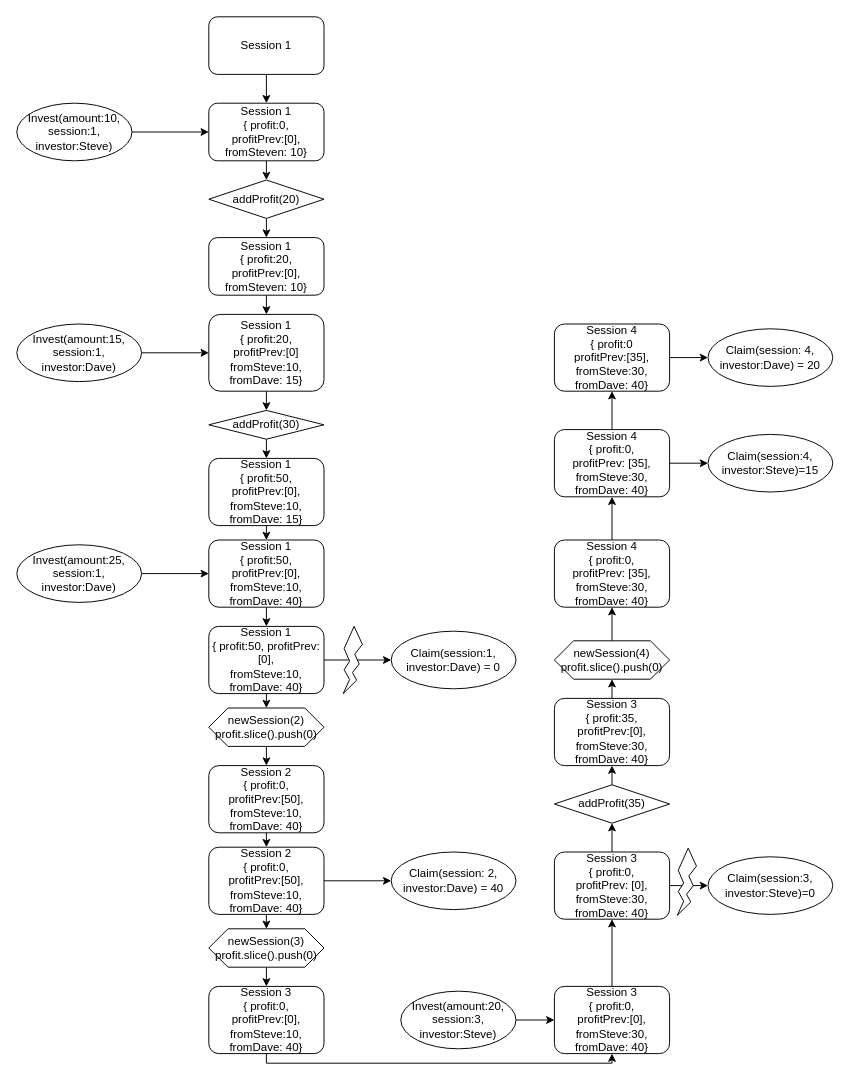
Above: page "Test_MaxClaimableSession=1" (2 of 3) of Example1.drawio in ChihHaoChen/thundercoreProfit (draw.io), before the change. Source tidied: cells renumbered, new cells numbered last; positions are measured from the earlier drawing's top-left corner, leaving out a move shared by most shapes. Both pictures are drawn from the tidied source at 96%, with x=0, y=0 at pixel (16, 16).
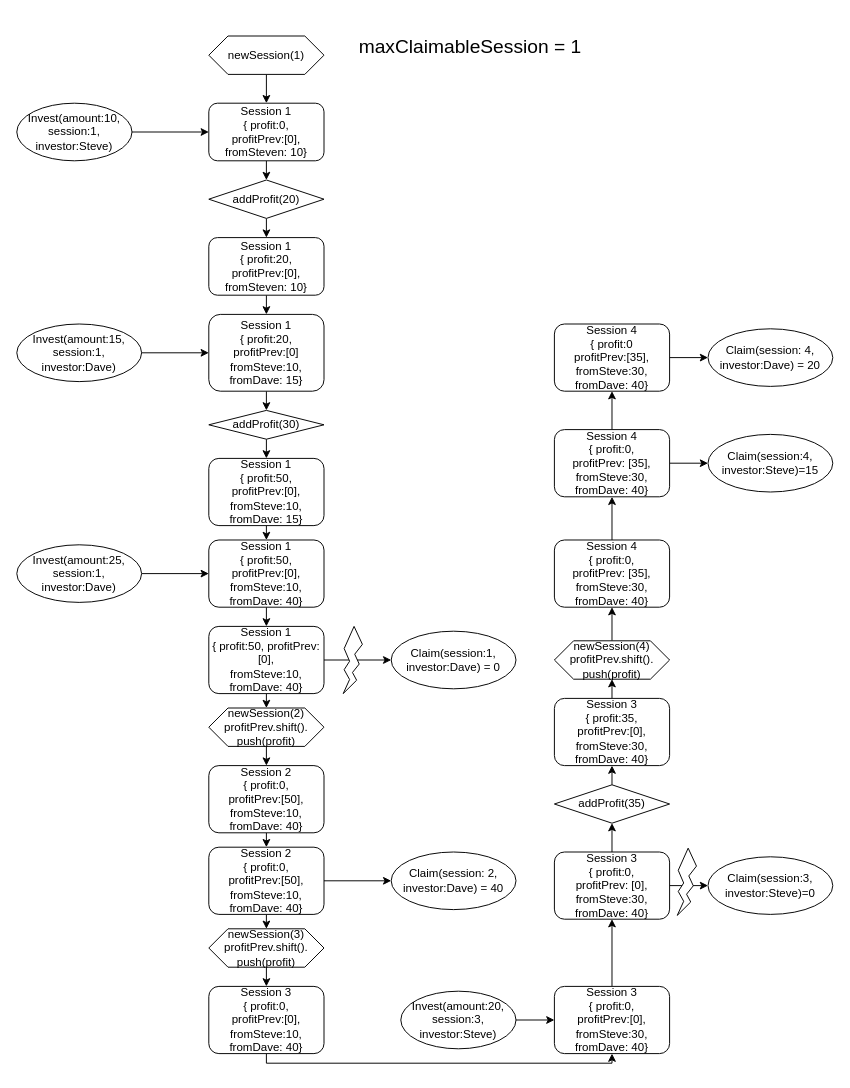
The same page after the edit.

The change refers to these unchanged cells:
```xml
<mxCell id="5" value="&lt;div&gt;Session 1&lt;/div&gt;&lt;div&gt;{ profit:0,&lt;/div&gt;&lt;div&gt;profitPrev:[0],&lt;br&gt;&lt;/div&gt;&lt;div&gt;fromSteven: 10}&lt;br&gt;&lt;/div&gt;" style="rounded=1;whiteSpace=wrap;html=1;" parent="1" vertex="1">
  <mxGeometry x="200" y="90" width="120" height="60" as="geometry" />
</mxCell>
```

Change to the diagram source:
```diff
@@
-    <mxCell id="2" style="edgeStyle=orthogonalEdgeStyle;rounded=0;jettySize=auto;html=1;exitX=0.5;exitY=1;exitDx=0;exitDy=0;entryX=0.5;entryY=0;entryDx=0;entryDy=0;" parent="1" edge="1" source="3" target="5">
-      <mxGeometry relative="1" as="geometry" />
-    </mxCell>
-    <mxCell id="3" value="Session 1" style="rounded=1;whiteSpace=wrap;html=1;" parent="1" vertex="1">
-      <mxGeometry x="200" width="120" height="60" as="geometry" />
-    </mxCell>
@@
-    <mxCell id="60" value="&lt;div&gt;newSession(2)&lt;/div&gt;&lt;div&gt;profit.slice().push(0)&lt;br&gt;&lt;/div&gt;" style="shape=hexagon;perimeter=hexagonPerimeter2;whiteSpace=wrap;html=1;fixedSize=1;" parent="1" vertex="1">
+    <mxCell id="60" value="&lt;div&gt;newSession(2)&lt;/div&gt;&lt;div&gt;profitPrev.shift().&lt;/div&gt;&lt;div&gt;push(profit)&lt;br&gt;&lt;/div&gt;" style="shape=hexagon;perimeter=hexagonPerimeter2;whiteSpace=wrap;html=1;fixedSize=1;" parent="1" vertex="1">
       <mxGeometry x="200" y="720" width="120" height="40" as="geometry" />
     </mxCell>
@@
-    <mxCell id="62" value="&lt;div&gt;newSession(3)&lt;/div&gt;&lt;div&gt;profit.slice().push(0)&lt;br&gt;&lt;/div&gt;" style="shape=hexagon;perimeter=hexagonPerimeter2;whiteSpace=wrap;html=1;fixedSize=1;" parent="1" vertex="1">
+    <mxCell id="62" value="&lt;div&gt;newSession(3)&lt;/div&gt;&lt;div&gt;profitPrev.shift().&lt;/div&gt;&lt;div&gt;push(profit)&lt;br&gt;&lt;/div&gt;" style="shape=hexagon;perimeter=hexagonPerimeter2;whiteSpace=wrap;html=1;fixedSize=1;" parent="1" vertex="1">
       <mxGeometry x="200" y="950" width="120" height="40" as="geometry" />
     </mxCell>
@@
-    <mxCell id="64" value="&lt;div&gt;newSession(4)&lt;/div&gt;&lt;div&gt;profit.slice().push(0)&lt;br&gt;&lt;/div&gt;" style="shape=hexagon;perimeter=hexagonPerimeter2;whiteSpace=wrap;html=1;fixedSize=1;" parent="1" vertex="1">
+    <mxCell id="64" value="&lt;div&gt;newSession(4)&lt;/div&gt;&lt;div&gt;profitPrev.shift().&lt;/div&gt;&lt;div&gt;push(profit)&lt;br&gt;&lt;/div&gt;" style="shape=hexagon;perimeter=hexagonPerimeter2;whiteSpace=wrap;html=1;fixedSize=1;" parent="1" vertex="1">
       <mxGeometry x="560" y="650" width="120" height="40" as="geometry" />
     </mxCell>
+    <mxCell id="65" value="maxClaimableSession = 1" style="text;html=1;strokeColor=none;fillColor=none;align=center;verticalAlign=middle;whiteSpace=wrap;rounded=0;fontSize=20;" parent="1" vertex="1">
+      <mxGeometry x="320" y="20" width="305" height="20" as="geometry" />
+    </mxCell>
+    <mxCell id="66" style="edgeStyle=orthogonalEdgeStyle;rounded=0;jettySize=auto;html=1;exitX=0.5;exitY=1;exitDx=0;exitDy=0;entryX=0.5;entryY=0;entryDx=0;entryDy=0;fontSize=20;" parent="1" edge="1" source="67" target="5">
+      <mxGeometry relative="1" as="geometry" />
+    </mxCell>
+    <mxCell id="67" value="&lt;div&gt;newSession(1)&lt;/div&gt;" style="shape=hexagon;perimeter=hexagonPerimeter2;whiteSpace=wrap;html=1;fixedSize=1;" parent="1" vertex="1">
+      <mxGeometry x="200" y="20" width="120" height="40" as="geometry" />
+    </mxCell>
```
